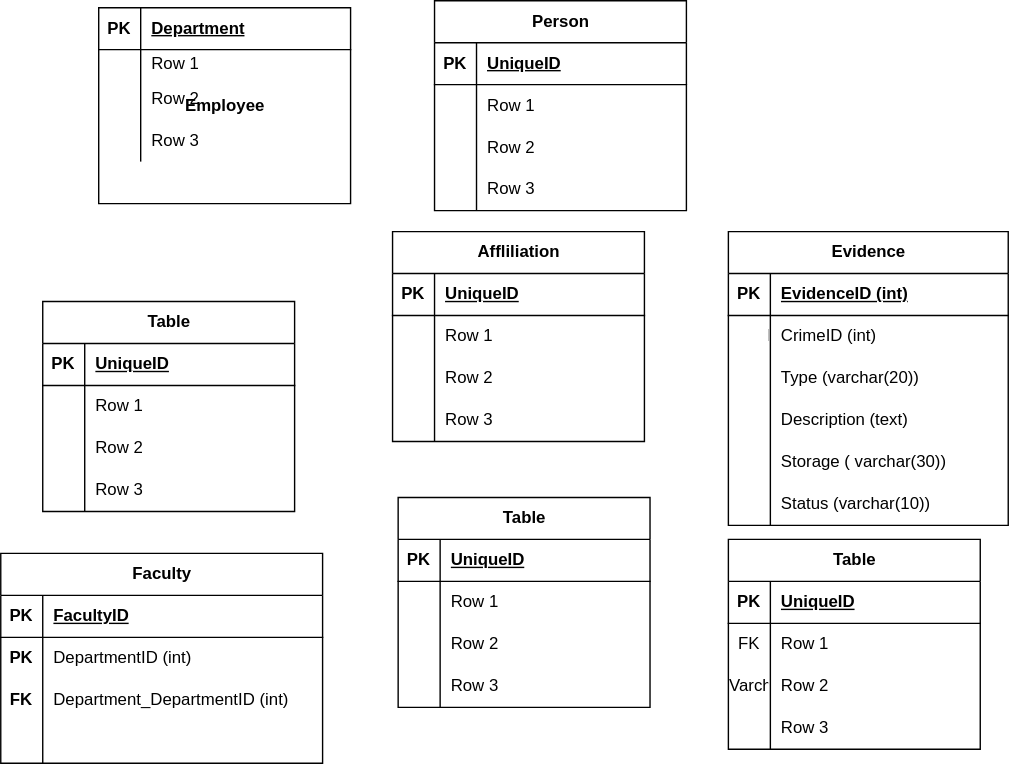
Above: Untitled Diagram.drawio.svg in Priscile2/Diagrams (draw.io), before the change. Source tidied: cells renumbered, new cells last; positions are measured from the earlier drawing's top-left corner, leaving out a move shared by most shapes.
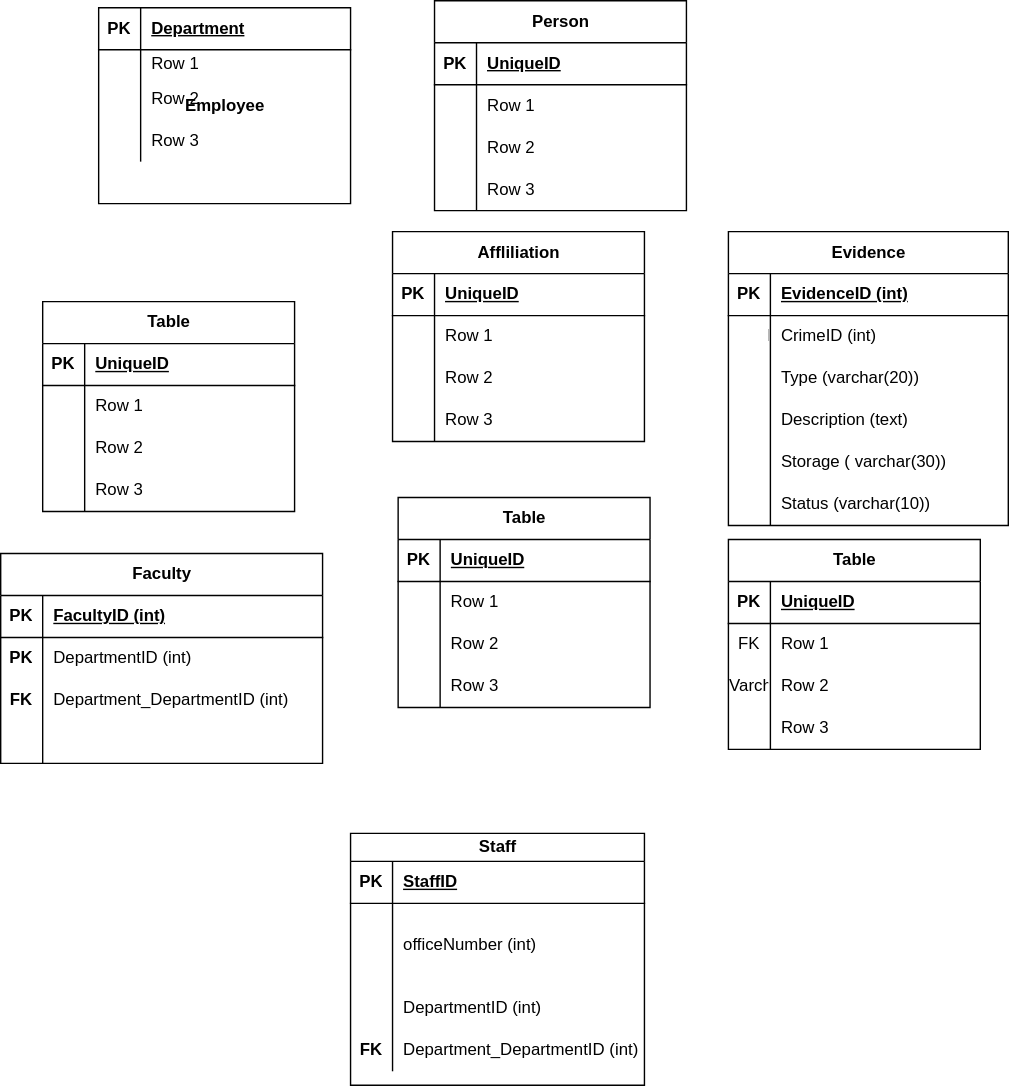
Later version of the same file.

Change to the diagram source:
```diff
@@ -302,7 +302,7 @@
     <mxCell id="101" value="PK" style="shape=partialRectangle;fillColor=none;top=0;left=0;bottom=0;right=0;fontStyle=1;overflow=hidden;whiteSpace=wrap;html=1;" parent="100" vertex="1">
       <mxGeometry width="30" height="30" as="geometry" />
     </mxCell>
-    <mxCell id="102" value="FacultyID" style="shape=partialRectangle;fillColor=none;top=0;left=0;bottom=0;right=0;align=left;spacingLeft=6;fontStyle=5;overflow=hidden;whiteSpace=wrap;html=1;" parent="100" vertex="1">
+    <mxCell id="102" value="FacultyID&amp;nbsp;(int)" style="shape=partialRectangle;fillColor=none;top=0;left=0;bottom=0;right=0;align=left;spacingLeft=6;fontStyle=5;overflow=hidden;whiteSpace=wrap;html=1;" parent="100" vertex="1">
       <mxGeometry x="30" width="200" height="30" as="geometry" />
     </mxCell>
     <mxCell id="103" style="shape=tableRow;horizontal=0;startSize=0;swimlaneHead=0;swimlaneBody=0;fillColor=none;top=0;left=0;right=0;bottom=0;" parent="99" vertex="1">
@@ -332,5 +332,44 @@
     <mxCell id="111" style="shape=partialRectangle;fillColor=none;top=0;left=0;bottom=0;right=0;align=left;spacingLeft=6;overflow=hidden;whiteSpace=wrap;html=1;" parent="109" vertex="1">
       <mxGeometry x="30" width="200" height="30" as="geometry" />
     </mxCell>
+    <mxCell id="112" value="Staff" style="shape=table;startSize=20;rowLines=0;fontStyle=1;align=center;html=1;" parent="1" vertex="1">
+      <mxGeometry x="250" y="595" width="210" height="180" as="geometry" />
+    </mxCell>
+    <mxCell id="113" style="shape=tableRow;horizontal=0;startSize=0;swimlaneHead=0;swimlaneBody=0;fillColor=none;top=0;left=0;right=0;bottom=1;" parent="112" vertex="1">
+      <mxGeometry y="20" width="210" height="30" as="geometry" />
+    </mxCell>
+    <mxCell id="114" value="PK" style="shape=partialRectangle;fillColor=none;top=0;left=0;bottom=0;right=0;fontStyle=1;overflow=hidden;whiteSpace=wrap;html=1;" parent="113" vertex="1">
+      <mxGeometry width="30" height="30" as="geometry" />
+    </mxCell>
+    <mxCell id="115" value="StaffID" style="shape=partialRectangle;fillColor=none;top=0;left=0;bottom=0;right=0;align=left;spacingLeft=6;fontStyle=5;overflow=hidden;whiteSpace=wrap;html=1;" parent="113" vertex="1">
+      <mxGeometry x="30" width="180" height="30" as="geometry" />
+    </mxCell>
+    <mxCell id="116" style="shape=tableRow;horizontal=0;startSize=0;swimlaneHead=0;swimlaneBody=0;fillColor=none;top=0;left=0;right=0;bottom=0;" parent="112" vertex="1">
+      <mxGeometry y="50" width="210" height="60" as="geometry" />
+    </mxCell>
+    <mxCell id="117" style="shape=partialRectangle;fillColor=none;top=0;left=0;bottom=0;right=0;overflow=hidden;whiteSpace=wrap;html=1;" parent="116" vertex="1">
+      <mxGeometry width="30" height="60" as="geometry" />
+    </mxCell>
+    <mxCell id="118" value="officeNumber (int)" style="shape=partialRectangle;fillColor=none;top=0;left=0;bottom=0;right=0;align=left;spacingLeft=6;overflow=hidden;whiteSpace=wrap;html=1;" parent="116" vertex="1">
+      <mxGeometry x="30" width="180" height="60" as="geometry" />
+    </mxCell>
+    <mxCell id="119" style="shape=tableRow;horizontal=0;startSize=0;swimlaneHead=0;swimlaneBody=0;fillColor=none;top=0;left=0;right=0;bottom=0;" parent="112" vertex="1">
+      <mxGeometry y="110" width="210" height="30" as="geometry" />
+    </mxCell>
+    <mxCell id="120" style="shape=partialRectangle;fillColor=none;top=0;left=0;bottom=0;right=0;overflow=hidden;whiteSpace=wrap;html=1;" parent="119" vertex="1">
+      <mxGeometry width="30" height="30" as="geometry" />
+    </mxCell>
+    <mxCell id="121" value="DepartmentID (int)" style="shape=partialRectangle;fillColor=none;top=0;left=0;bottom=0;right=0;align=left;spacingLeft=6;overflow=hidden;whiteSpace=wrap;html=1;" parent="119" vertex="1">
+      <mxGeometry x="30" width="180" height="30" as="geometry" />
+    </mxCell>
+    <mxCell id="122" style="shape=tableRow;horizontal=0;startSize=0;swimlaneHead=0;swimlaneBody=0;fillColor=none;top=0;left=0;right=0;bottom=0;" parent="112" vertex="1">
+      <mxGeometry y="140" width="210" height="30" as="geometry" />
+    </mxCell>
+    <mxCell id="123" value="&lt;b&gt;FK&lt;/b&gt;" style="shape=partialRectangle;fillColor=none;top=0;left=0;bottom=0;right=0;overflow=hidden;whiteSpace=wrap;html=1;" parent="122" vertex="1">
+      <mxGeometry width="30" height="30" as="geometry" />
+    </mxCell>
+    <mxCell id="124" value="Department_DepartmentID (int)" style="shape=partialRectangle;fillColor=none;top=0;left=0;bottom=0;right=0;align=left;spacingLeft=6;overflow=hidden;whiteSpace=wrap;html=1;" parent="122" vertex="1">
+      <mxGeometry x="30" width="180" height="30" as="geometry" />
+    </mxCell>
   </root>
 </mxGraphModel>
```
